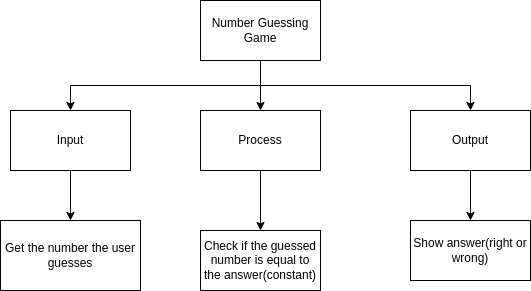
This is design.number_guess.top-down.png from Yiyun-Qin/ICS3U-Unit3-03-Python, a draw.io export, as it was before one commit. Source tidied: cells renumbered, new cells last; positions are measured from the earlier drawing's top-left corner, leaving out a move shared by most shapes.
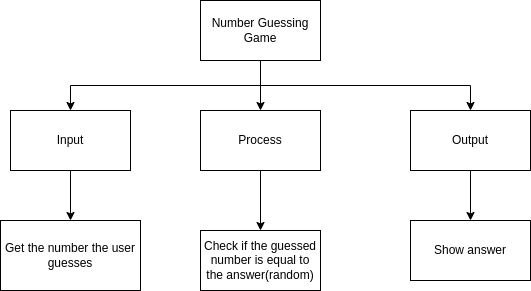
Above is the later version.

Commit message:
number_guess new int

The edit, as a diff of the source:
```diff
@@ -35,10 +35,10 @@
     <mxCell id="12" value="Get the number the user guesses" style="rounded=0;whiteSpace=wrap;html=1;" parent="1" vertex="1">
       <mxGeometry y="220" width="140" height="70" as="geometry" />
     </mxCell>
-    <mxCell id="13" value="Check if the guessed number is equal to the answer(constant)" style="rounded=0;whiteSpace=wrap;html=1;" parent="1" vertex="1">
+    <mxCell id="13" value="Check if the guessed number is equal to the answer(random)" style="rounded=0;whiteSpace=wrap;html=1;" parent="1" vertex="1">
       <mxGeometry x="200" y="230" width="120" height="60" as="geometry" />
     </mxCell>
-    <mxCell id="14" value="Show answer(right or wrong)" style="rounded=0;whiteSpace=wrap;html=1;" parent="1" vertex="1">
+    <mxCell id="14" value="Show answer" style="rounded=0;whiteSpace=wrap;html=1;" parent="1" vertex="1">
       <mxGeometry x="410" y="220" width="120" height="60" as="geometry" />
     </mxCell>
   </root>
```
